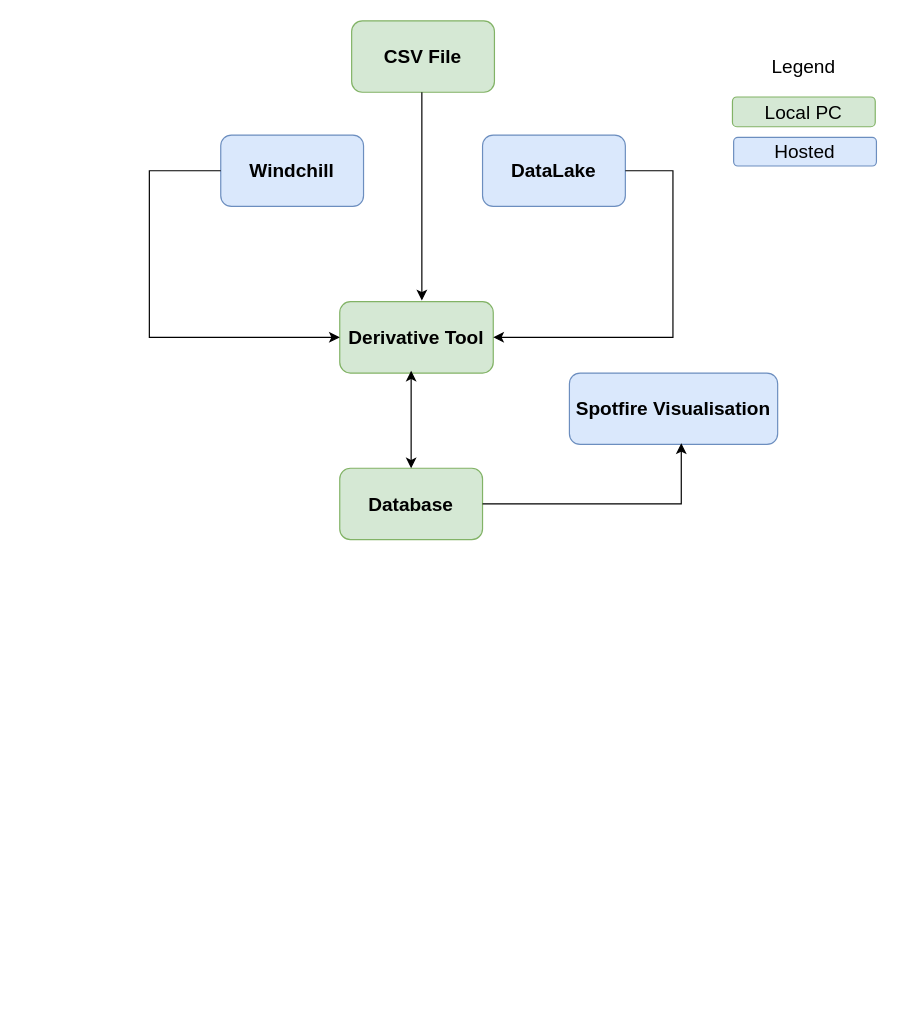
Earlier version of the draw.io diagram page "Page-2" (2 of 2) of Detailed UML Derivative.drawio (chiragv24/Dissertation-Code). Source tidied: cells renumbered, new cells numbered last; positions are measured from the earlier drawing's top-left corner, leaving out a move shared by most shapes. Both pictures are drawn from the tidied source at 119%, with x=0, y=0 at pixel (149, 20).
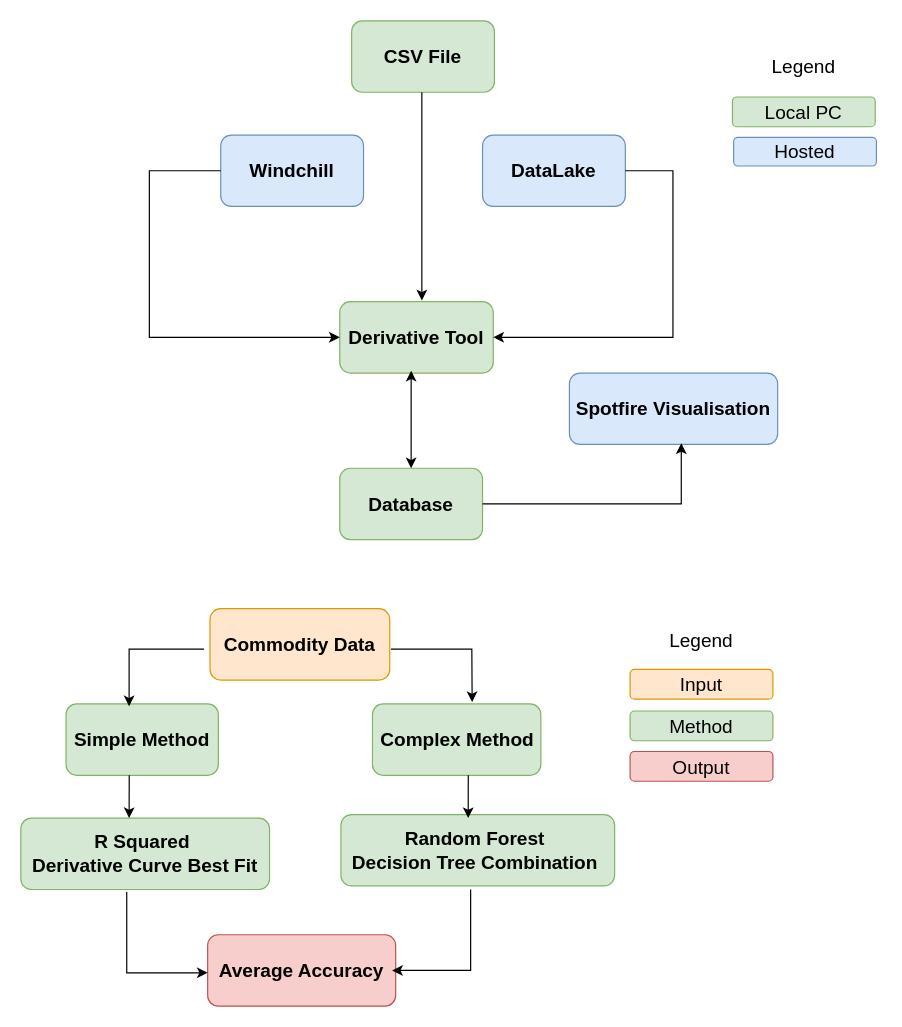
After the change.

Change to the diagram source:
```diff
@@
+    <mxCell id="18" value="&lt;font style=&quot;font-size: 16px;&quot;&gt;&lt;b&gt;Simple Method&lt;/b&gt;&lt;/font&gt;" style="rounded=1;whiteSpace=wrap;html=1;fillColor=#d5e8d4;strokeColor=#82b366;" parent="1" vertex="1">
+      <mxGeometry x="-70" y="574" width="128" height="60" as="geometry" />
+    </mxCell>
+    <mxCell id="19" value="&lt;font style=&quot;font-size: 16px;&quot;&gt;&lt;b&gt;Complex Method&lt;/b&gt;&lt;/font&gt;" style="rounded=1;whiteSpace=wrap;html=1;fillColor=#d5e8d4;strokeColor=#82b366;" parent="1" vertex="1">
+      <mxGeometry x="187.5" y="574" width="141.5" height="60" as="geometry" />
+    </mxCell>
+    <mxCell id="20" value="&lt;font style=&quot;font-size: 16px;&quot;&gt;&lt;b&gt;Average Accuracy&lt;/b&gt;&lt;/font&gt;" style="rounded=1;whiteSpace=wrap;html=1;fillColor=#f8cecc;strokeColor=#b85450;" parent="1" vertex="1">
+      <mxGeometry x="49" y="768" width="158" height="60" as="geometry" />
+    </mxCell>
+    <mxCell id="21" value="&lt;b style=&quot;font-size: 16px;&quot;&gt;Random Forest&amp;nbsp;&lt;br&gt;Decision Tree Combination&amp;nbsp;&lt;/b&gt;" style="rounded=1;whiteSpace=wrap;html=1;fillColor=#d5e8d4;strokeColor=#82b366;" parent="1" vertex="1">
+      <mxGeometry x="161" y="667" width="230" height="60" as="geometry" />
+    </mxCell>
+    <mxCell id="22" value="&lt;b style=&quot;font-size: 16px;&quot;&gt;R Squared&amp;nbsp;&lt;br&gt;Derivative Curve Best Fit&lt;/b&gt;" style="rounded=1;whiteSpace=wrap;html=1;fillColor=#d5e8d4;strokeColor=#82b366;" parent="1" vertex="1">
+      <mxGeometry x="-108" y="670" width="209" height="60" as="geometry" />
+    </mxCell>
+    <mxCell id="23" value="&lt;span style=&quot;font-size: 16px;&quot;&gt;&lt;b&gt;Commodity Data&lt;/b&gt;&lt;/span&gt;" style="rounded=1;whiteSpace=wrap;html=1;fillColor=#ffe6cc;strokeColor=#d79b00;" parent="1" vertex="1">
+      <mxGeometry x="51" y="494" width="151" height="60" as="geometry" />
+    </mxCell>
+    <mxCell id="24" style="endArrow=classic;html=1;rounded=0;fontFamily=Helvetica;fontSize=16;entryX=0.592;entryY=-0.025;entryDx=0;entryDy=0;entryPerimeter=0;" parent="1" edge="1" target="19">
+      <mxGeometry relative="1" as="geometry">
+        <mxPoint x="203" y="528" as="sourcePoint" />
+        <Array as="points">
+          <mxPoint x="271" y="528" />
+        </Array>
+      </mxGeometry>
+    </mxCell>
+    <mxCell id="25" style="endArrow=classic;html=1;rounded=0;fontFamily=Helvetica;fontSize=16;" parent="1" edge="1">
+      <mxGeometry relative="1" as="geometry">
+        <mxPoint x="46" y="528" as="sourcePoint" />
+        <mxPoint x="-17" y="576" as="targetPoint" />
+        <Array as="points">
+          <mxPoint x="-17" y="528" />
+        </Array>
+      </mxGeometry>
+    </mxCell>
+    <mxCell id="26" style="endArrow=classic;html=1;rounded=0;fontFamily=Helvetica;fontSize=16;entryX=0.465;entryY=0.05;entryDx=0;entryDy=0;entryPerimeter=0;" parent="1" edge="1" target="21">
+      <mxGeometry relative="1" as="geometry">
+        <mxPoint x="268" y="634" as="sourcePoint" />
+      </mxGeometry>
+    </mxCell>
+    <mxCell id="27" style="endArrow=classic;html=1;rounded=0;fontFamily=Helvetica;fontSize=16;entryX=0.465;entryY=0.05;entryDx=0;entryDy=0;entryPerimeter=0;" parent="1" edge="1">
+      <mxGeometry relative="1" as="geometry">
+        <mxPoint x="-16.9" y="634" as="sourcePoint" />
+        <mxPoint x="-17" y="670" as="targetPoint" />
+      </mxGeometry>
+    </mxCell>
+    <mxCell id="28" style="endArrow=classic;html=1;rounded=0;fontFamily=Helvetica;fontSize=16;" parent="1" edge="1">
+      <mxGeometry relative="1" as="geometry">
+        <mxPoint x="270" y="730" as="sourcePoint" />
+        <mxPoint x="204" y="798" as="targetPoint" />
+        <Array as="points">
+          <mxPoint x="270" y="798" />
+        </Array>
+      </mxGeometry>
+    </mxCell>
+    <mxCell id="29" style="endArrow=classic;html=1;rounded=0;fontFamily=Helvetica;fontSize=16;entryX=0;entryY=0.533;entryDx=0;entryDy=0;entryPerimeter=0;" parent="1" edge="1" target="20">
+      <mxGeometry relative="1" as="geometry">
+        <mxPoint x="-19" y="732" as="sourcePoint" />
+        <Array as="points">
+          <mxPoint x="-19" y="800" />
+        </Array>
+      </mxGeometry>
+    </mxCell>
+    <mxCell id="30" style="group;" parent="1" vertex="1">
+      <mxGeometry x="404" y="545" width="120" height="94" as="geometry" />
+    </mxCell>
+    <mxCell id="31" value="Method" style="rounded=1;whiteSpace=wrap;html=1;fontSize=16;fillColor=#d5e8d4;strokeColor=#82b366;" parent="30" vertex="1">
+      <mxGeometry y="35" width="120" height="25" as="geometry" />
+    </mxCell>
+    <mxCell id="32" value="Output" style="rounded=1;whiteSpace=wrap;html=1;fontSize=16;fillColor=#f8cecc;strokeColor=#b85450;" parent="30" vertex="1">
+      <mxGeometry y="69" width="120" height="25" as="geometry" />
+    </mxCell>
+    <mxCell id="33" value="Input" style="rounded=1;whiteSpace=wrap;html=1;fontSize=16;fillColor=#ffe6cc;strokeColor=#d79b00;" parent="30" vertex="1">
+      <mxGeometry width="120" height="25" as="geometry" />
+    </mxCell>
+    <mxCell id="34" value="Legend" style="text;html=1;strokeColor=none;fillColor=none;align=center;verticalAlign=middle;whiteSpace=wrap;rounded=0;fontSize=16;" parent="1" vertex="1">
+      <mxGeometry x="434" y="506" width="60" height="30" as="geometry" />
+    </mxCell>
```
